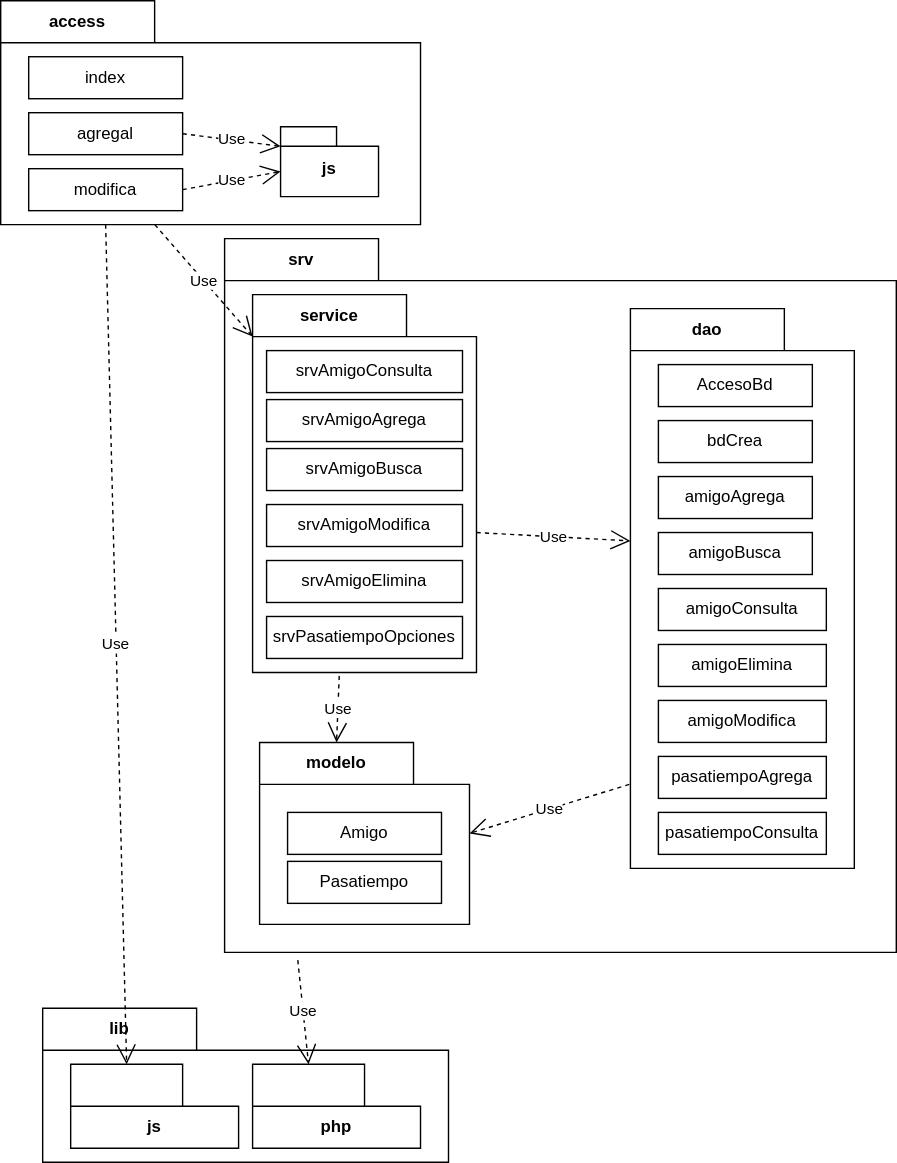
The draw.io diagram docs/img/m17auno/aunopaquetes.drawio.svg in gilpgawoas/gilpgawoas.github.io, before a commit. Source tidied: cells renumbered, new cells last; positions are measured from the earlier drawing's top-left corner, leaving out a move shared by most shapes.
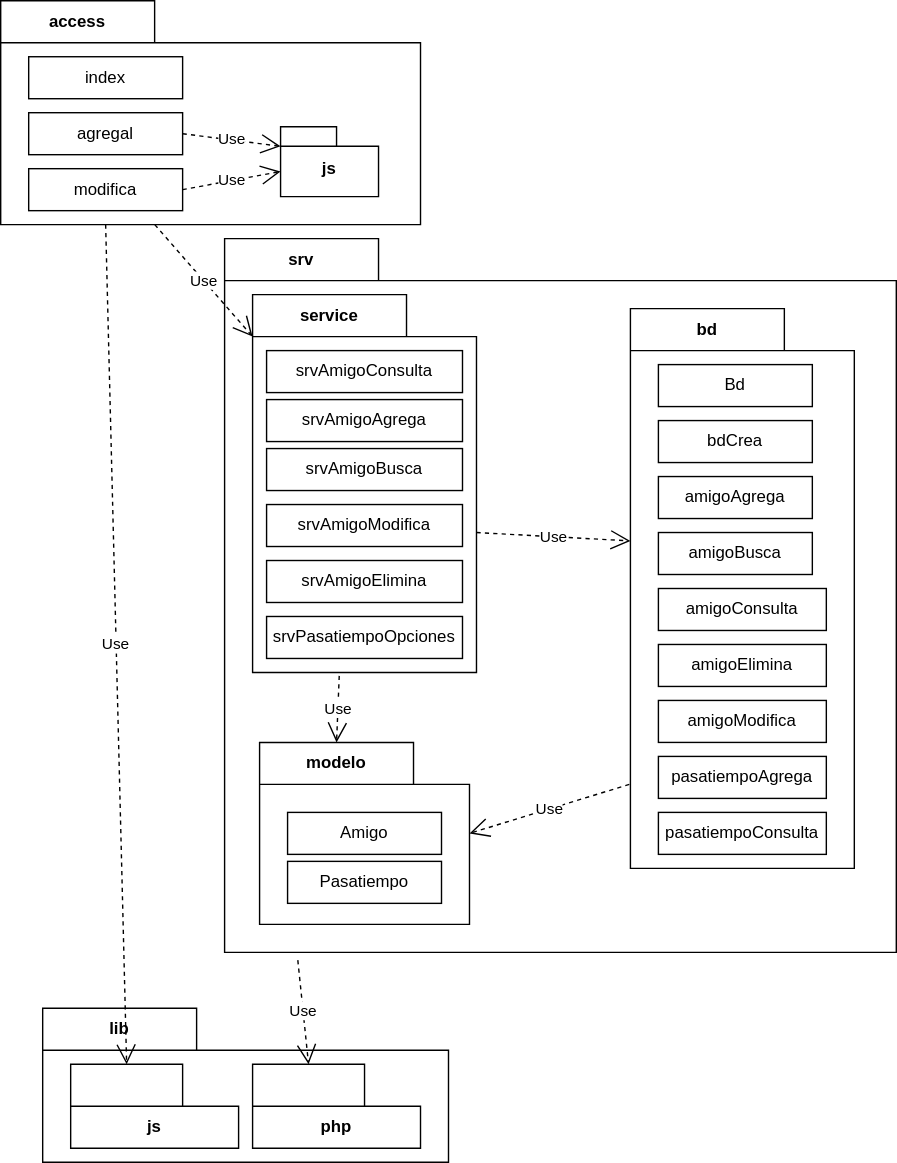
After the change.

The edit, as a diff of the source:
```diff
@@ -87,10 +87,10 @@
         <mxPoint x="20" y="85" as="offset" />
       </mxGeometry>
     </mxCell>
-    <mxCell id="23" value="dao" style="shape=folder;fontStyle=1;tabWidth=110;tabHeight=30;tabPosition=left;html=1;boundedLbl=1;labelInHeader=1;whiteSpace=wrap;" parent="12" vertex="1">
+    <mxCell id="23" value="bd" style="shape=folder;fontStyle=1;tabWidth=110;tabHeight=30;tabPosition=left;html=1;boundedLbl=1;labelInHeader=1;whiteSpace=wrap;" parent="12" vertex="1">
       <mxGeometry x="290" y="50" width="160" height="400" as="geometry" />
     </mxCell>
-    <mxCell id="24" value="AccesoBd" style="html=1;whiteSpace=wrap;" parent="23" vertex="1">
+    <mxCell id="24" value="Bd" style="html=1;whiteSpace=wrap;" parent="23" vertex="1">
       <mxGeometry width="110" height="30" relative="1" as="geometry">
         <mxPoint x="20" y="40" as="offset" />
       </mxGeometry>
```
